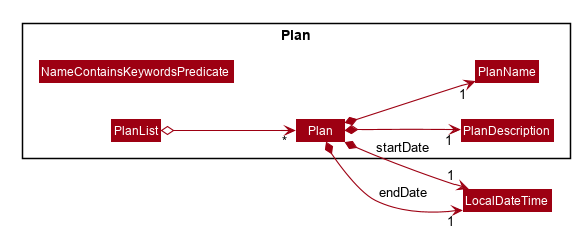
nus-cs2103-AY1920S1/addressbook-level3 keeps this PlantUML diagram as docs/images/design/model/PlanPackageDiagram.png. Above is the earlier version.
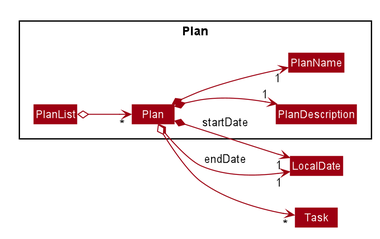
The same diagram one commit later.

Diff of the diagram source:
```diff
@@ -1,4 +1,5 @@
 @startuml
+
 
 
 
@@ -55,7 +56,6 @@
 show <<enumeration>> fields
 
 Package Plan {
-    Class NameContainsKeywordsPredicate
     Class Plan
     Class PlanDescription
     Class PlanList
@@ -64,8 +64,9 @@
 
 Plan *--> "1" PlanName
 Plan *--> "1" PlanDescription
-Plan *--> "1" LocalDateTime : startDate
-Plan *--> "1" LocalDateTime : endDate
+Plan *--> "1" LocalDate : startDate
+Plan *--> "1" LocalDate : endDate
+Plan o--> "*" Task
 PlanList o--> "*" Plan
 
 @enduml
```
